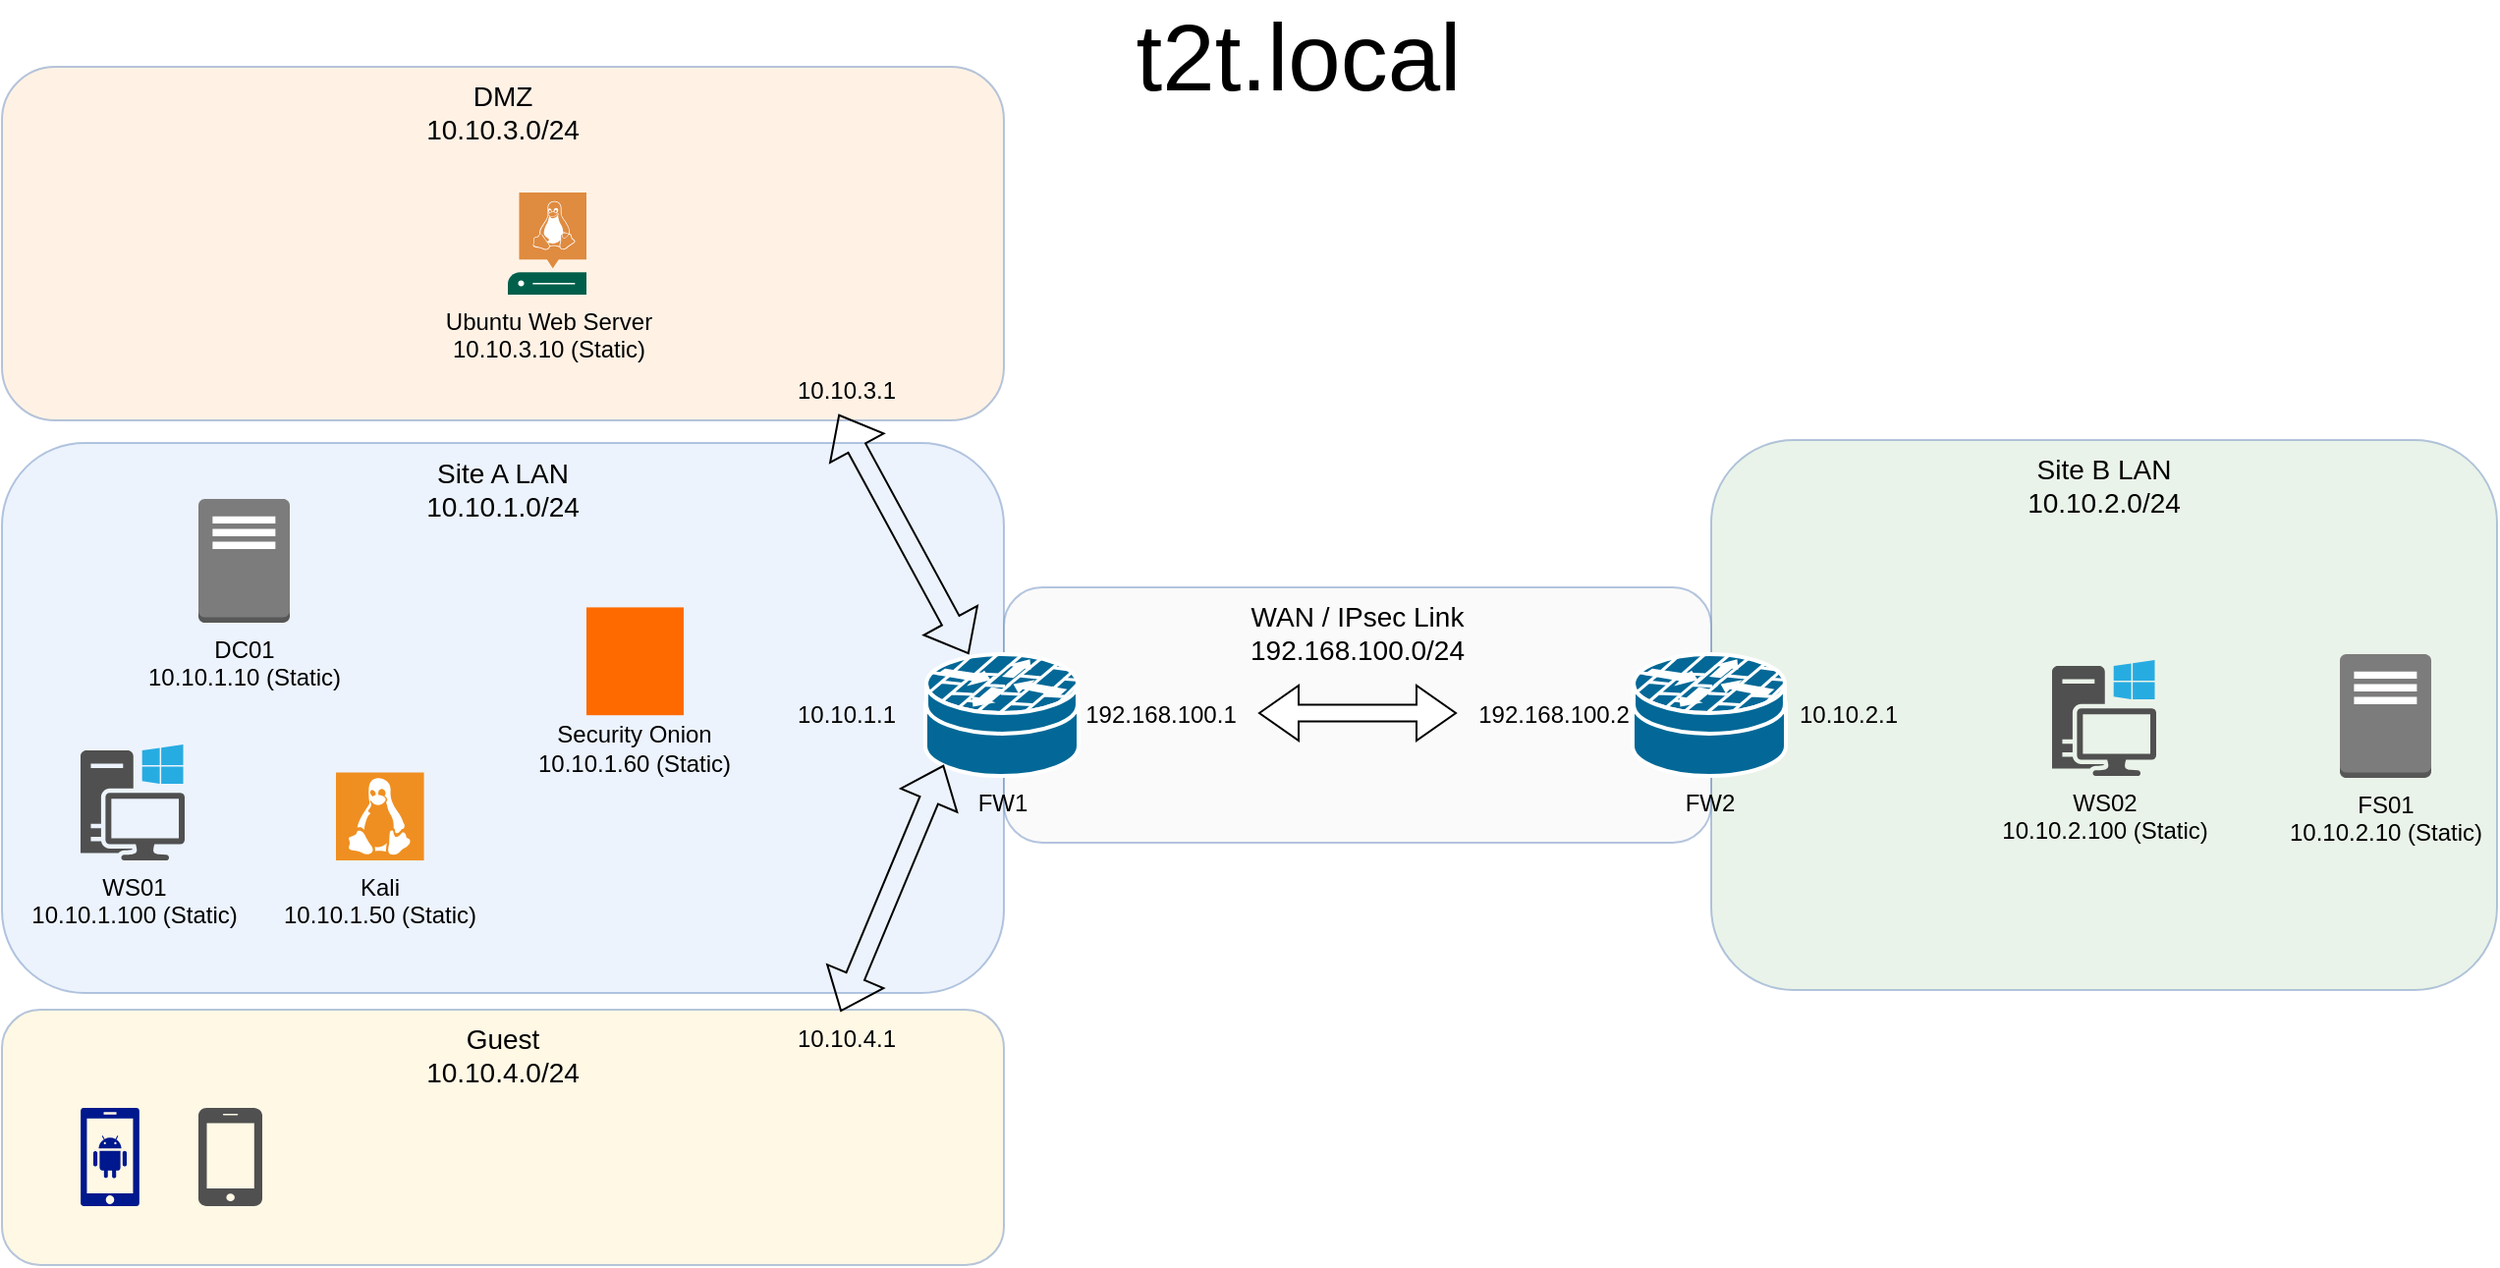
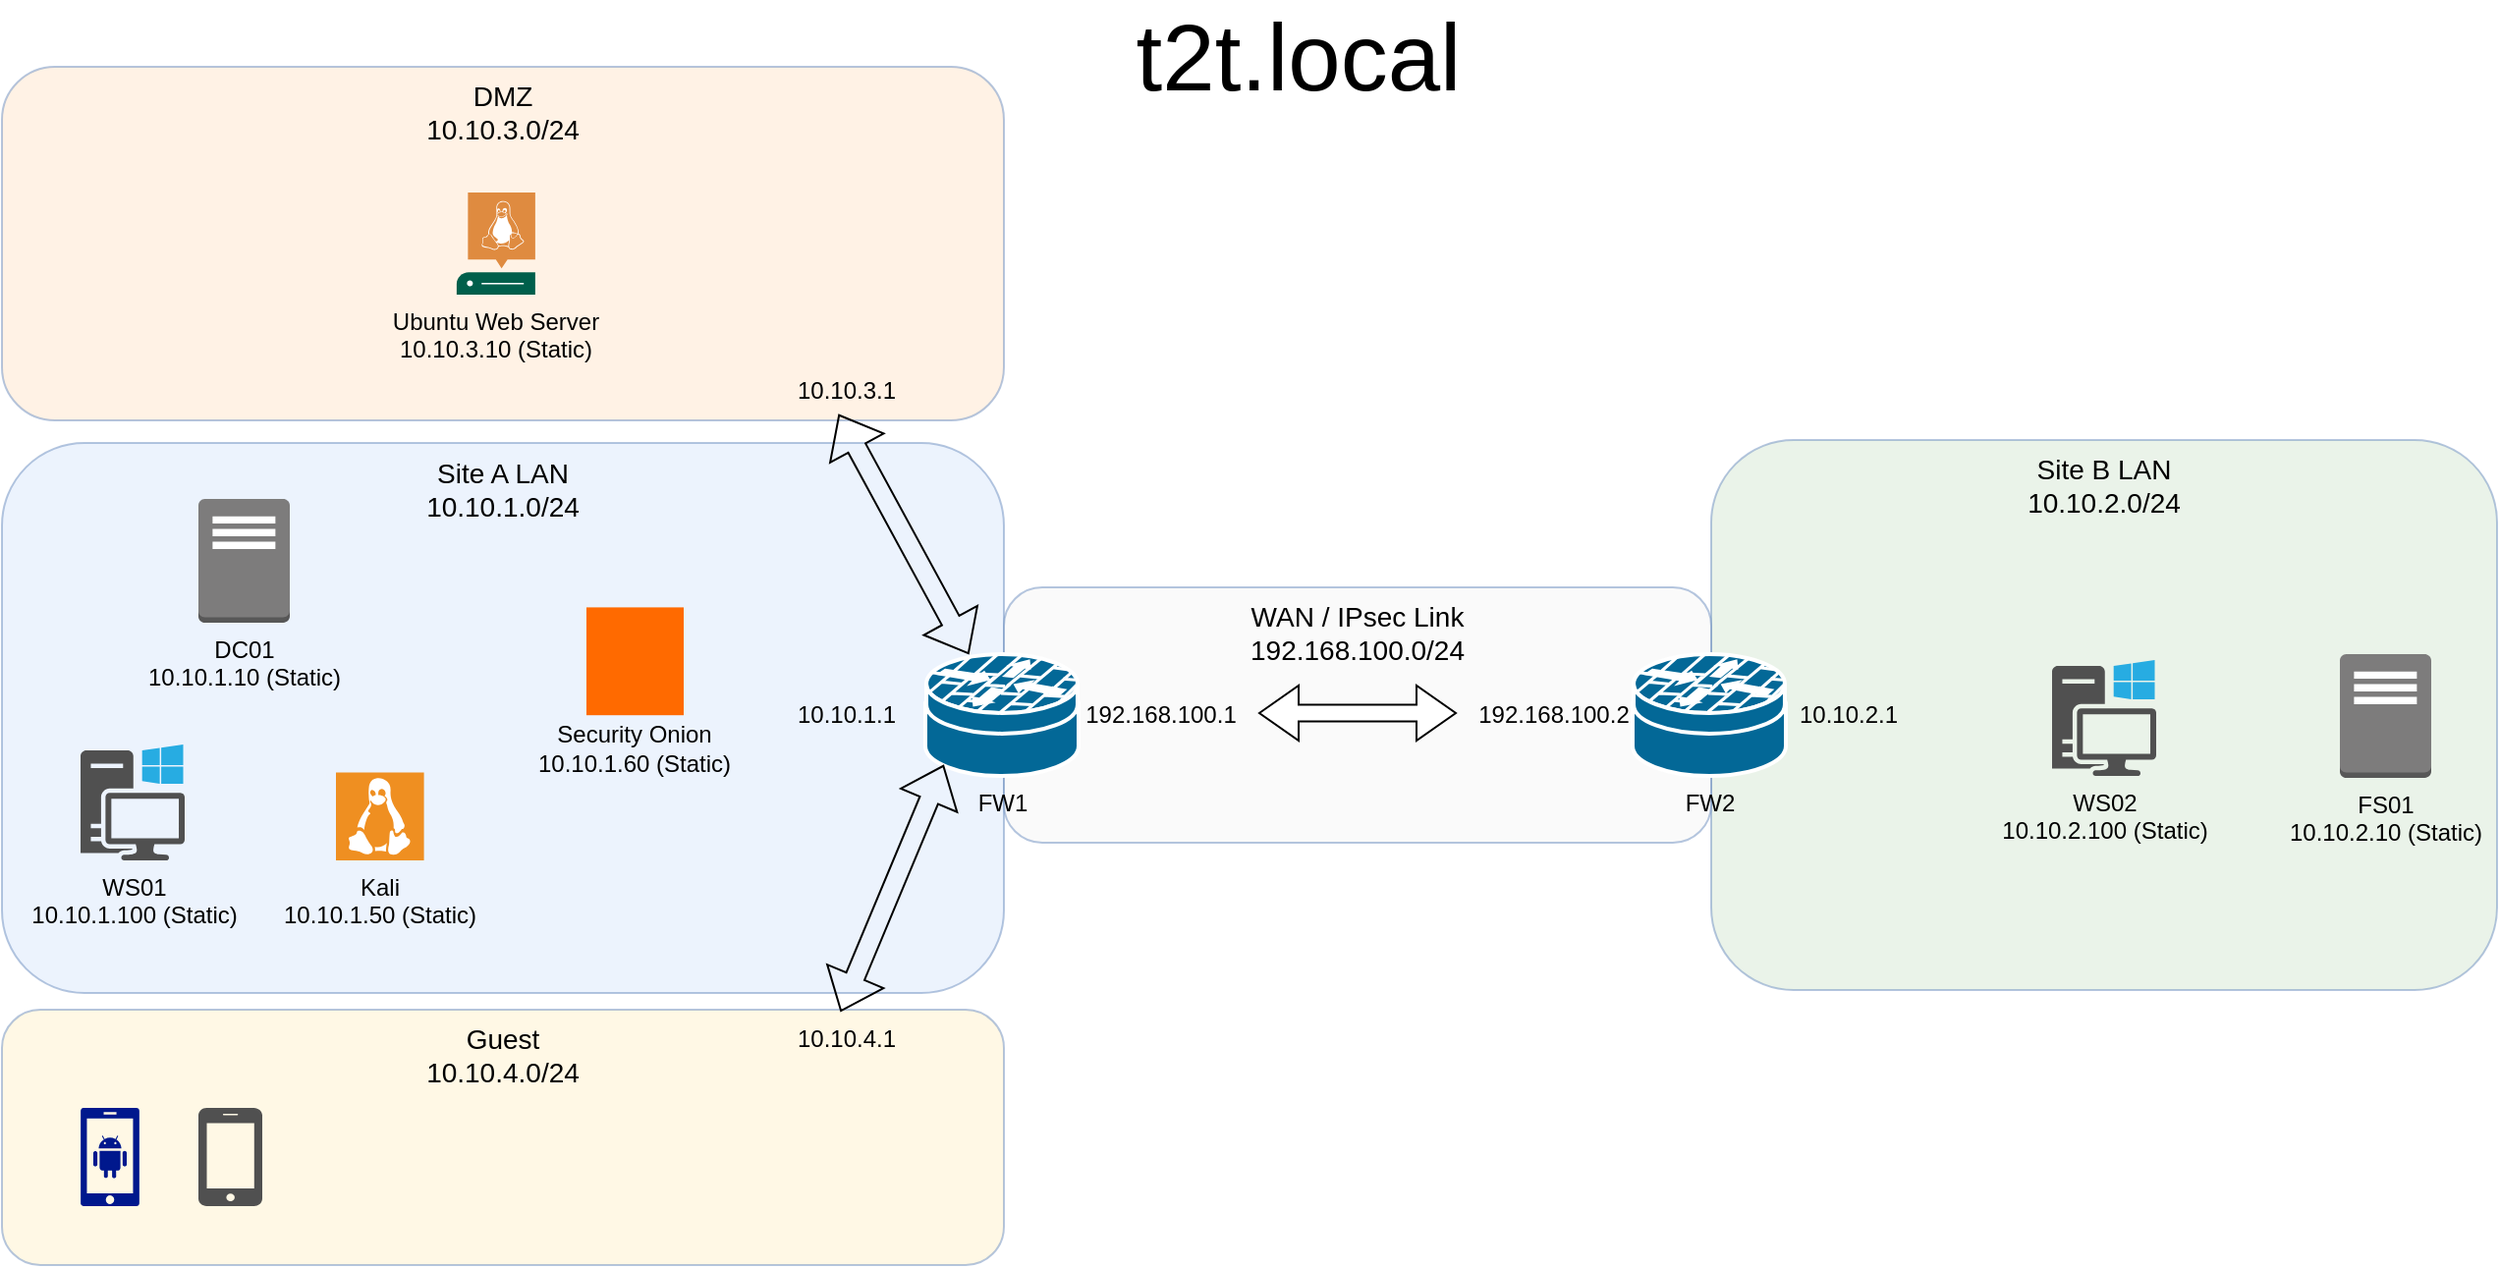
<mxfile host="app.diagrams.net">
  <diagram name="Page-1" id="aE-eTVAnwCrOjX7-gmKK">
    <mxGraphModel dx="1814" dy="1149" grid="1" gridSize="10" guides="1" tooltips="1" connect="1" arrows="1" fold="1" page="0" pageScale="1" pageWidth="850" pageHeight="1100" math="0" shadow="0">
      <root>
        <mxCell id="0" />
        <mxCell id="1" parent="0" />
        <mxCell id="EZgRDW7K4JCvW-KvDmnW-1" parent="1" style="rounded=1;whiteSpace=wrap;html=1;fillColor=#dae8fc;strokeColor=#6c8ebf;opacity=50;fontSize=14;verticalAlign=top;" value="Site A LAN&lt;div&gt;10.10.1.0/24&lt;/div&gt;" vertex="1">
          <mxGeometry height="280" width="510" x="-250" y="161.5" as="geometry" />
        </mxCell>
        <mxCell id="EZgRDW7K4JCvW-KvDmnW-2" parent="1" style="rounded=1;whiteSpace=wrap;html=1;fillColor=#d5e8d4;strokeColor=#6c8ebf;opacity=50;fontSize=14;verticalAlign=top;" value="Site B LAN&lt;div&gt;10.10.2.0/24&lt;/div&gt;" vertex="1">
          <mxGeometry height="280" width="400" x="620" y="160" as="geometry" />
        </mxCell>
        <mxCell id="EZgRDW7K4JCvW-KvDmnW-4" parent="1" style="rounded=1;whiteSpace=wrap;html=1;fillColor=#ffe6cc;strokeColor=#6c8ebf;opacity=50;fontSize=14;verticalAlign=top;" value="DMZ&lt;div&gt;10.10.3.0/24&lt;/div&gt;" vertex="1">
          <mxGeometry height="180" width="510" x="-250" y="-30" as="geometry" />
        </mxCell>
        <mxCell id="EZgRDW7K4JCvW-KvDmnW-5" parent="1" style="rounded=1;whiteSpace=wrap;html=1;fillColor=#fff2cc;strokeColor=#6c8ebf;opacity=50;fontSize=14;verticalAlign=top;" value="Guest&lt;div&gt;10.10.4.0/24&lt;/div&gt;" vertex="1">
          <mxGeometry height="130" width="510" x="-250" y="450" as="geometry" />
        </mxCell>
        <mxCell id="61pzecp0BBr4OFAzCy6C-1" parent="1" style="rounded=1;whiteSpace=wrap;html=1;fillColor=#f5f5f5;strokeColor=#6c8ebf;opacity=50;fontSize=14;verticalAlign=top;" value="WAN / IPsec Link&lt;div&gt;192.168.100.0/24&lt;/div&gt;" vertex="1">
          <mxGeometry height="130" width="360" x="260" y="235" as="geometry" />
        </mxCell>
        <mxCell id="61pzecp0BBr4OFAzCy6C-2" parent="1" style="strokeColor=#ffffff;sketch=0;html=1;pointerEvents=1;dashed=0;fillColor=#036897;strokeWidth=2;verticalLabelPosition=bottom;verticalAlign=top;align=center;outlineConnect=0;shape=mxgraph.cisco.security.router_firewall;" value="&lt;div&gt;FW1&lt;/div&gt;" vertex="1">
          <mxGeometry height="62" width="78" x="220" y="269" as="geometry" />
        </mxCell>
        <mxCell id="61pzecp0BBr4OFAzCy6C-3" parent="1" style="strokeColor=#ffffff;sketch=0;html=1;pointerEvents=1;dashed=0;fillColor=#036897;strokeWidth=2;verticalLabelPosition=bottom;verticalAlign=top;align=center;outlineConnect=0;shape=mxgraph.cisco.security.router_firewall;" value="FW2" vertex="1">
          <mxGeometry height="62" width="78" x="580" y="269" as="geometry" />
        </mxCell>
        <mxCell id="61pzecp0BBr4OFAzCy6C-6" parent="1" style="text;html=1;whiteSpace=wrap;strokeColor=none;fillColor=none;align=center;verticalAlign=middle;rounded=0;" value="192.168.100.1" vertex="1">
          <mxGeometry height="30" width="60" x="310" y="285" as="geometry" />
        </mxCell>
        <mxCell id="61pzecp0BBr4OFAzCy6C-7" parent="1" style="text;html=1;whiteSpace=wrap;strokeColor=none;fillColor=none;align=center;verticalAlign=middle;rounded=0;" value="192.168.100.2" vertex="1">
          <mxGeometry height="30" width="60" x="510" y="285" as="geometry" />
        </mxCell>
        <mxCell id="61pzecp0BBr4OFAzCy6C-8" parent="1" style="text;html=1;whiteSpace=wrap;strokeColor=none;fillColor=none;align=center;verticalAlign=middle;rounded=0;" value="10.10.1.1" vertex="1">
          <mxGeometry height="30" width="60" x="150" y="285" as="geometry" />
        </mxCell>
        <mxCell id="61pzecp0BBr4OFAzCy6C-9" parent="1" style="text;html=1;whiteSpace=wrap;strokeColor=none;fillColor=none;align=center;verticalAlign=middle;rounded=0;" value="10.10.2.1" vertex="1">
          <mxGeometry height="30" width="60" x="660" y="285" as="geometry" />
        </mxCell>
        <mxCell id="61pzecp0BBr4OFAzCy6C-10" parent="1" style="outlineConnect=0;dashed=0;verticalLabelPosition=bottom;verticalAlign=top;align=center;html=1;shape=mxgraph.aws3.traditional_server;fillColor=#7D7C7C;gradientColor=none;" value="DC01&lt;div&gt;10.10.1.10 (Static)&lt;/div&gt;" vertex="1">
          <mxGeometry height="63" width="46.5" x="-150" y="190" as="geometry" />
        </mxCell>
        <mxCell id="61pzecp0BBr4OFAzCy6C-11" parent="1" style="outlineConnect=0;dashed=0;verticalLabelPosition=bottom;verticalAlign=top;align=center;html=1;shape=mxgraph.aws3.traditional_server;fillColor=#7D7C7C;gradientColor=none;" value="FS01&lt;div&gt;10.10.2.10 (Static)&lt;/div&gt;" vertex="1">
          <mxGeometry height="63" width="46.5" x="940" y="269" as="geometry" />
        </mxCell>
        <mxCell id="61pzecp0BBr4OFAzCy6C-12" parent="1" style="sketch=0;pointerEvents=1;shadow=0;dashed=0;html=1;strokeColor=none;fillColor=#505050;labelPosition=center;verticalLabelPosition=bottom;verticalAlign=top;outlineConnect=0;align=center;shape=mxgraph.office.devices.workstation_pc;" value="WS01&lt;div&gt;10.10.1.100 (Static)&lt;/div&gt;" vertex="1">
          <mxGeometry height="59" width="53" x="-210" y="315" as="geometry" />
        </mxCell>
        <mxCell id="61pzecp0BBr4OFAzCy6C-13" parent="1" style="sketch=0;pointerEvents=1;shadow=0;dashed=0;html=1;strokeColor=none;fillColor=#505050;labelPosition=center;verticalLabelPosition=bottom;verticalAlign=top;outlineConnect=0;align=center;shape=mxgraph.office.devices.workstation_pc;" value="WS02&lt;div&gt;10.10.2.100 (Static)&lt;/div&gt;" vertex="1">
          <mxGeometry height="59" width="53" x="793.5" y="272" as="geometry" />
        </mxCell>
        <mxCell id="61pzecp0BBr4OFAzCy6C-14" parent="1" style="sketch=0;pointerEvents=1;shadow=0;dashed=0;html=1;strokeColor=none;fillColor=#005F4B;labelPosition=center;verticalLabelPosition=bottom;verticalAlign=top;align=center;outlineConnect=0;shape=mxgraph.veeam2.linux_server;" value="Ubuntu Web Server&lt;div&gt;10.10.3.10 (Static)&lt;/div&gt;" vertex="1">
-           <mxGeometry height="52" width="40" x="7.5" y="34" as="geometry" />
+           <mxGeometry height="52" width="40" x="-18.56" y="34" as="geometry" />
        </mxCell>
        <mxCell id="61pzecp0BBr4OFAzCy6C-19" parent="1" style="sketch=0;aspect=fixed;pointerEvents=1;shadow=0;dashed=0;html=1;strokeColor=none;labelPosition=center;verticalLabelPosition=bottom;verticalAlign=top;align=center;fillColor=#00188D;shape=mxgraph.mscae.enterprise.android_phone" value="" vertex="1">
          <mxGeometry height="50" width="30" x="-210" y="500" as="geometry" />
        </mxCell>
        <mxCell id="61pzecp0BBr4OFAzCy6C-20" parent="1" style="sketch=0;pointerEvents=1;shadow=0;dashed=0;html=1;strokeColor=none;fillColor=#505050;labelPosition=center;verticalLabelPosition=bottom;verticalAlign=top;outlineConnect=0;align=center;shape=mxgraph.office.devices.cell_phone_iphone_standalone;" value="" vertex="1">
          <mxGeometry height="50" width="32.5" x="-150" y="500" as="geometry" />
        </mxCell>
        <mxCell id="61pzecp0BBr4OFAzCy6C-22" parent="1" style="shape=doubleArrow;whiteSpace=wrap;html=1;" value="" vertex="1">
          <mxGeometry height="28" width="100" x="390" y="285" as="geometry" />
        </mxCell>
        <mxCell id="61pzecp0BBr4OFAzCy6C-23" parent="1" style="shadow=0;dashed=0;html=1;strokeColor=none;fillColor=#EF8F21;labelPosition=center;verticalLabelPosition=bottom;verticalAlign=top;align=center;outlineConnect=0;shape=mxgraph.veeam.linux;" value="Kali&lt;div&gt;10.10.1.50 (Static)&lt;/div&gt;" vertex="1">
          <mxGeometry height="44.8" width="44.8" x="-80" y="329.20000000000005" as="geometry" />
        </mxCell>
        <mxCell id="61pzecp0BBr4OFAzCy6C-24" parent="1" style="points=[];aspect=fixed;html=1;align=center;shadow=0;dashed=0;fillColor=#FF6A00;strokeColor=none;shape=mxgraph.alibaba_cloud.isoc_iot_security_operations_center;" value="" vertex="1">
          <mxGeometry height="54.900000000000006" width="49.5" x="47.5" y="245.2" as="geometry" />
        </mxCell>
        <mxCell id="61pzecp0BBr4OFAzCy6C-25" parent="1" style="text;html=1;whiteSpace=wrap;strokeColor=none;fillColor=none;align=center;verticalAlign=middle;rounded=0;" value="Security Onion&lt;div&gt;10.10.1.60 (Static)&lt;/div&gt;" vertex="1">
          <mxGeometry height="30" width="101.62" x="21.439999999999998" y="302" as="geometry" />
        </mxCell>
        <mxCell id="61pzecp0BBr4OFAzCy6C-26" parent="1" style="text;html=1;whiteSpace=wrap;strokeColor=none;fillColor=none;align=center;verticalAlign=middle;rounded=0;" value="&lt;font style=&quot;font-size: 48px;&quot;&gt;t2t.local&lt;/font&gt;" vertex="1">
          <mxGeometry height="30" width="60" x="380" y="-50" as="geometry" />
        </mxCell>
        <mxCell id="61pzecp0BBr4OFAzCy6C-27" edge="1" parent="1" source="EZgRDW7K4JCvW-KvDmnW-5" style="shape=flexArrow;endArrow=classic;startArrow=classic;html=1;rounded=0;exitX=0.837;exitY=0.008;exitDx=0;exitDy=0;exitPerimeter=0;entryX=0.12;entryY=0.91;entryDx=0;entryDy=0;entryPerimeter=0;" target="61pzecp0BBr4OFAzCy6C-2" value="">
          <mxGeometry height="100" relative="1" width="100" as="geometry">
            <mxPoint x="160" y="465" as="sourcePoint" />
            <mxPoint x="260" y="365" as="targetPoint" />
          </mxGeometry>
        </mxCell>
        <mxCell id="61pzecp0BBr4OFAzCy6C-28" parent="1" style="text;html=1;whiteSpace=wrap;strokeColor=none;fillColor=none;align=center;verticalAlign=middle;rounded=0;" value="10.10.4.1" vertex="1">
          <mxGeometry height="30" width="60" x="150" y="450" as="geometry" />
        </mxCell>
        <mxCell id="61pzecp0BBr4OFAzCy6C-29" edge="1" parent="1" source="EZgRDW7K4JCvW-KvDmnW-4" style="shape=flexArrow;endArrow=classic;startArrow=classic;html=1;rounded=0;exitX=0.835;exitY=0.983;exitDx=0;exitDy=0;exitPerimeter=0;" target="61pzecp0BBr4OFAzCy6C-2" value="">
          <mxGeometry height="100" relative="1" width="100" as="geometry">
            <mxPoint x="150" y="156" as="sourcePoint" />
            <mxPoint x="202" y="30" as="targetPoint" />
          </mxGeometry>
        </mxCell>
        <mxCell id="61pzecp0BBr4OFAzCy6C-30" parent="1" style="text;html=1;whiteSpace=wrap;strokeColor=none;fillColor=none;align=center;verticalAlign=middle;rounded=0;" value="10.10.3.1" vertex="1">
          <mxGeometry height="30" width="60" x="150" y="120" as="geometry" />
        </mxCell>
      </root>
    </mxGraphModel>
  </diagram>
</mxfile>
